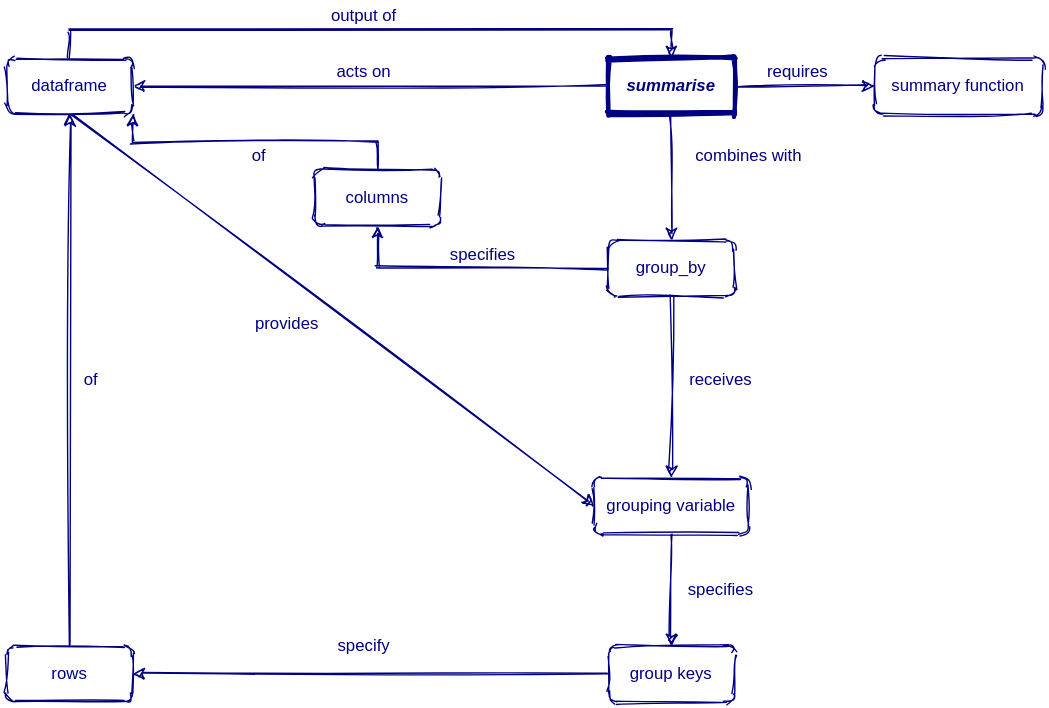
Before: dplyr-summairse.svg, a diagram exported from draw.io (larnsce/diagrams). Source tidied: cells renumbered, new cells last; positions are measured from the earlier drawing's top-left corner, leaving out a move shared by most shapes.
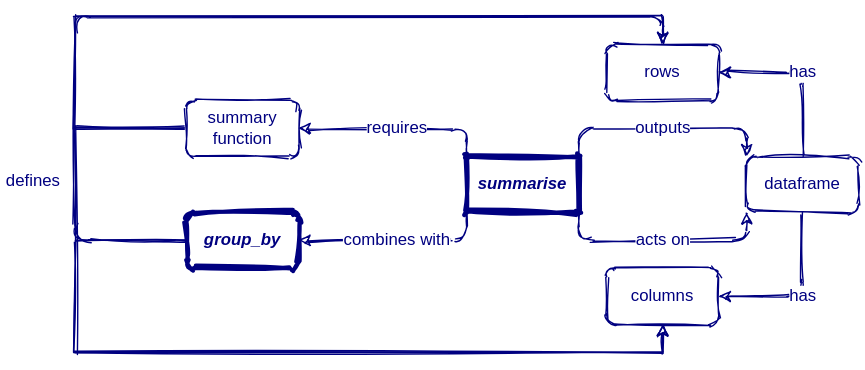
Later version of the same file.

What changed in the source:
```diff
@@ -2,65 +2,79 @@
   <root>
     <mxCell id="0" />
     <mxCell id="1" parent="0" />
+    <mxCell id="4" value="requires" style="edgeStyle=orthogonalEdgeStyle;jettySize=auto;html=1;exitX=0;exitY=0;exitDx=0;exitDy=0;entryX=1;entryY=0.5;entryDx=0;entryDy=0;endFill=1;strokeColor=#000080;fontSize=12;fontColor=#000080;sketch=1;" parent="1" edge="1" source="5" target="10">
+      <mxGeometry relative="1" as="geometry" />
+    </mxCell>
+    <mxCell id="3" value="acts on" style="edgeStyle=orthogonalEdgeStyle;jettySize=auto;html=1;exitX=1;exitY=1;exitDx=0;exitDy=0;entryX=0;entryY=1;entryDx=0;entryDy=0;endFill=1;strokeColor=#000080;fontSize=12;fontColor=#000080;sketch=1;" parent="1" edge="1" source="5" target="9">
+      <mxGeometry relative="1" as="geometry" />
+    </mxCell>
+    <mxCell id="22" value="outputs" style="edgeStyle=orthogonalEdgeStyle;jettySize=auto;html=1;exitX=1;exitY=0;exitDx=0;exitDy=0;entryX=0;entryY=0;entryDx=0;entryDy=0;endFill=1;strokeColor=#000080;fontSize=12;fontColor=#000080;sketch=1;" parent="1" edge="1" source="5" target="9">
+      <mxGeometry relative="1" as="geometry" />
+    </mxCell>
-    <mxCell id="2" value="combines with" style="edgeStyle=orthogonalEdgeStyle;rounded=0;sketch=1;jettySize=auto;html=1;exitX=0.5;exitY=1;exitDx=0;exitDy=0;endArrow=classic;endFill=1;strokeColor=#000080;fontFamily=Helvetica;fontSize=12;fontColor=#000080;" parent="1" edge="1" source="5" target="13">
-      <mxGeometry x="-0.33" y="55" relative="1" as="geometry" />
+    <mxCell id="2" value="combines with" style="edgeStyle=orthogonalEdgeStyle;jettySize=auto;html=1;exitX=0;exitY=1;exitDx=0;exitDy=0;entryX=1;entryY=0.5;entryDx=0;entryDy=0;endFill=1;strokeColor=#000080;fontSize=12;fontColor=#000080;sketch=1;" parent="1" edge="1" source="5" target="13">
+      <mxGeometry relative="1" as="geometry" />
     </mxCell>
-    <mxCell id="3" value="acts on" style="edgeStyle=none;rounded=0;sketch=1;jettySize=auto;html=1;exitX=0;exitY=0.5;exitDx=0;exitDy=0;entryX=1;entryY=0.5;entryDx=0;entryDy=0;endArrow=classic;endFill=1;strokeColor=#000080;fontFamily=Helvetica;fontSize=12;fontColor=#000080;" parent="1" edge="1" source="5" target="9">
-      <mxGeometry x="0.03" y="-10" relative="1" as="geometry" />
-    </mxCell>
-    <mxCell id="4" value="requires" style="edgeStyle=orthogonalEdgeStyle;rounded=0;sketch=1;jettySize=auto;html=1;exitX=1;exitY=0.5;exitDx=0;exitDy=0;endArrow=classic;endFill=1;strokeColor=#000080;fontFamily=Helvetica;fontSize=12;fontColor=#000080;" parent="1" edge="1" source="5" target="10">
-      <mxGeometry x="-0.09" y="10" relative="1" as="geometry" />
-    </mxCell>
-    <mxCell id="5" value="&lt;div style=&quot;font-size: 12px;&quot;&gt;summarise&lt;/div&gt;" style="rounded=1;whiteSpace=wrap;html=1;sketch=1;strokeColor=#000080;fontFamily=Helvetica;strokeWidth=3;fontColor=#000080;fontStyle=3;fontSize=12;arcSize=0;" parent="1" vertex="1">
-      <mxGeometry x="430" width="90" height="40" as="geometry" />
+    <mxCell id="5" value="&lt;div style=&quot;font-size: 12px;&quot;&gt;summarise&lt;/div&gt;" style="whiteSpace=wrap;html=1;strokeColor=#000080;fontFamily=Helvetica;strokeWidth=3;fontColor=#000080;fontStyle=3;fontSize=12;arcSize=0;sketch=1;rounded=1;" parent="1" vertex="1">
+      <mxGeometry x="280" y="280" width="80" height="40" as="geometry" />
     </mxCell>
-    <mxCell id="6" style="edgeStyle=orthogonalEdgeStyle;rounded=0;sketch=1;orthogonalLoop=1;jettySize=auto;html=1;exitX=1;exitY=0.5;exitDx=0;exitDy=0;entryX=1;entryY=0.5;entryDx=0;entryDy=0;strokeColor=#000080;fontFamily=Helvetica;fontColor=#000080;fontSize=12;" parent="1" edge="1" source="9" target="9">
-      <mxGeometry relative="1" as="geometry" />
-    </mxCell>
-    <mxCell id="7" value="provides" style="edgeStyle=none;rounded=0;sketch=1;jettySize=auto;html=1;exitX=0.5;exitY=1;exitDx=0;exitDy=0;entryX=0;entryY=0.5;entryDx=0;entryDy=0;endArrow=classic;endFill=1;strokeColor=#000080;fontFamily=Helvetica;fontSize=12;fontColor=#000080;" parent="1" edge="1" source="9" target="15">
-      <mxGeometry x="-0.09" y="-27" relative="1" as="geometry" />
-    </mxCell>
-    <mxCell id="8" value="output of" style="edgeStyle=orthogonalEdgeStyle;rounded=0;sketch=1;jettySize=auto;html=1;exitX=0.5;exitY=0;exitDx=0;exitDy=0;entryX=0.5;entryY=0;entryDx=0;entryDy=0;endArrow=classic;endFill=1;strokeColor=#000080;fontFamily=Helvetica;fontSize=12;fontColor=#000080;" parent="1" edge="1" source="9" target="5">
-      <mxGeometry x="-0.02" y="10" relative="1" as="geometry" />
-    </mxCell>
-    <mxCell id="9" value="&lt;div style=&quot;font-size: 12px;&quot;&gt;dataframe&lt;/div&gt;" style="rounded=1;whiteSpace=wrap;html=1;sketch=1;strokeColor=#000080;fontFamily=Helvetica;strokeWidth=1;fontColor=#000080;fontStyle=0;fontSize=12;" parent="1" vertex="1">
-      <mxGeometry width="90" height="40" as="geometry" />
-    </mxCell>
-    <mxCell id="10" value="summary function" style="whiteSpace=wrap;html=1;rounded=1;fontColor=#000080;fontStyle=0;strokeColor=#000080;strokeWidth=1;sketch=1;fontSize=12;" parent="1" vertex="1">
-      <mxGeometry x="620" width="120" height="40" as="geometry" />
-    </mxCell>
-    <mxCell id="11" value="&lt;div&gt;receives&lt;/div&gt;" style="rounded=0;sketch=1;jettySize=auto;html=1;endArrow=classic;endFill=1;strokeColor=#000080;fontFamily=Helvetica;fontSize=12;fontColor=#000080;entryX=0.5;entryY=0;entryDx=0;entryDy=0;" parent="1" edge="1" source="13" target="15">
-      <mxGeometry x="-0.08" y="35" relative="1" as="geometry" />
-    </mxCell>
+    <mxCell id="23" value="defines" style="edgeStyle=orthogonalEdgeStyle;jettySize=auto;html=1;exitX=0;exitY=0.5;exitDx=0;exitDy=0;entryX=0.5;entryY=0;entryDx=0;entryDy=0;endFill=1;strokeColor=#000080;fontSize=12;fontColor=#000080;sketch=1;" parent="1" edge="1" source="13" target="17">
+      <mxGeometry x="-0.76" y="-50" relative="1" as="geometry">
+        <Array as="points">
+          <mxPoint y="340" />
+          <mxPoint y="180" />
+          <mxPoint x="420" y="180" />
+        </Array>
+        <mxPoint x="-80" y="-40" as="offset" />
+      </mxGeometry>
+    </mxCell>
-    <mxCell id="12" value="specifies" style="edgeStyle=orthogonalEdgeStyle;rounded=0;sketch=1;jettySize=auto;html=1;exitX=0;exitY=0.5;exitDx=0;exitDy=0;endArrow=classic;endFill=1;strokeColor=#000080;fontFamily=Helvetica;fontSize=12;fontColor=#000080;" parent="1" edge="1" source="13" target="21">
-      <mxGeometry x="0.78" y="-75" relative="1" as="geometry" />
+    <mxCell id="12" style="edgeStyle=orthogonalEdgeStyle;rounded=0;sketch=1;jettySize=auto;html=1;exitX=0;exitY=0.5;exitDx=0;exitDy=0;entryX=0.5;entryY=1;entryDx=0;entryDy=0;endFill=1;strokeColor=#000080;fontSize=12;fontColor=#000080;" parent="1" edge="1" source="13" target="21">
+      <mxGeometry relative="1" as="geometry">
+        <Array as="points">
+          <mxPoint y="340" />
+          <mxPoint y="420" />
+          <mxPoint x="420" y="420" />
+        </Array>
+      </mxGeometry>
     </mxCell>
-    <mxCell id="13" value="group_by" style="rounded=1;whiteSpace=wrap;html=1;sketch=1;strokeColor=#000080;strokeWidth=1;fontSize=12;fontColor=#000080;" parent="1" vertex="1">
-      <mxGeometry x="430" y="130" width="90" height="40" as="geometry" />
+    <mxCell id="13" value="group_by" style="whiteSpace=wrap;html=1;strokeColor=#000080;strokeWidth=3;fontSize=12;fontColor=#000080;fontStyle=3;sketch=1;rounded=1;" parent="1" vertex="1">
+      <mxGeometry x="80" y="320" width="80" height="40" as="geometry" />
     </mxCell>
-    <mxCell id="14" value="specifies" style="edgeStyle=orthogonalEdgeStyle;rounded=0;sketch=1;jettySize=auto;html=1;exitX=0.5;exitY=1;exitDx=0;exitDy=0;endArrow=classic;endFill=1;strokeColor=#000080;fontFamily=Helvetica;fontSize=12;fontColor=#000080;" parent="1" edge="1" source="15" target="19">
-      <mxGeometry y="35" relative="1" as="geometry" />
-    </mxCell>
-    <mxCell id="15" value="grouping variable" style="whiteSpace=wrap;html=1;rounded=1;fontColor=#000080;strokeColor=#000080;strokeWidth=1;sketch=1;" parent="1" vertex="1">
-      <mxGeometry x="420" y="300" width="110" height="40" as="geometry" />
-    </mxCell>
-    <mxCell id="16" value="of" style="edgeStyle=orthogonalEdgeStyle;rounded=0;sketch=1;jettySize=auto;html=1;exitX=0.5;exitY=0;exitDx=0;exitDy=0;endArrow=classic;endFill=1;strokeColor=#000080;fontFamily=Helvetica;fontSize=12;fontColor=#000080;" parent="1" edge="1" source="17" target="9">
-      <mxGeometry y="-15" relative="1" as="geometry" />
-    </mxCell>
-    <mxCell id="17" value="rows" style="rounded=1;whiteSpace=wrap;html=1;sketch=1;strokeColor=#000080;strokeWidth=1;fontSize=12;fontColor=#000080;" parent="1" vertex="1">
-      <mxGeometry y="420" width="90" height="40" as="geometry" />
+    <mxCell id="17" value="rows" style="whiteSpace=wrap;html=1;strokeColor=#000080;strokeWidth=1;fontSize=12;fontColor=#000080;sketch=1;rounded=1;" parent="1" vertex="1">
+      <mxGeometry x="380" y="200" width="80" height="40" as="geometry" />
     </mxCell>
-    <mxCell id="18" value="specify" style="edgeStyle=orthogonalEdgeStyle;rounded=0;sketch=1;jettySize=auto;html=1;exitX=0;exitY=0.5;exitDx=0;exitDy=0;entryX=1;entryY=0.5;entryDx=0;entryDy=0;endArrow=classic;endFill=1;strokeColor=#000080;fontFamily=Helvetica;fontSize=12;fontColor=#000080;" parent="1" edge="1" source="19" target="17">
-      <mxGeometry x="0.03" y="-20" relative="1" as="geometry" />
-    </mxCell>
-    <mxCell id="19" value="group keys" style="rounded=1;whiteSpace=wrap;html=1;sketch=1;strokeColor=#000080;strokeWidth=1;fontSize=12;fontColor=#000080;" parent="1" vertex="1">
-      <mxGeometry x="430" y="420" width="90" height="40" as="geometry" />
-    </mxCell>
-    <mxCell id="20" value="of" style="rounded=0;sketch=1;jettySize=auto;html=1;exitX=0.5;exitY=0;exitDx=0;exitDy=0;entryX=1;entryY=1;entryDx=0;entryDy=0;endArrow=classic;endFill=1;strokeColor=#000080;fontFamily=Helvetica;fontSize=12;fontColor=#000080;edgeStyle=orthogonalEdgeStyle;" parent="1" edge="1" source="21" target="9">
-      <mxGeometry x="-0.02" y="10" relative="1" as="geometry" />
-    </mxCell>
-    <mxCell id="21" value="columns" style="rounded=1;whiteSpace=wrap;html=1;sketch=1;strokeColor=#000080;strokeWidth=1;fontSize=12;fontColor=#000080;" parent="1" vertex="1">
-      <mxGeometry x="220" y="80" width="90" height="40" as="geometry" />
+    <mxCell id="21" value="columns" style="whiteSpace=wrap;html=1;strokeColor=#000080;strokeWidth=1;fontSize=12;fontColor=#000080;sketch=1;rounded=1;" parent="1" vertex="1">
+      <mxGeometry x="380" y="360" width="80" height="40" as="geometry" />
     </mxCell>
+    <mxCell id="24" value="has" style="edgeStyle=orthogonalEdgeStyle;jettySize=auto;html=1;exitX=0.5;exitY=0;exitDx=0;exitDy=0;entryX=1;entryY=0.5;entryDx=0;entryDy=0;endFill=1;strokeColor=#000080;fontSize=12;fontColor=#000080;sketch=1;" parent="1" edge="1" source="9" target="17">
+      <mxGeometry relative="1" as="geometry" />
+    </mxCell>
+    <mxCell id="25" value="has" style="edgeStyle=orthogonalEdgeStyle;jettySize=auto;html=1;exitX=0.5;exitY=1;exitDx=0;exitDy=0;entryX=1;entryY=0.5;entryDx=0;entryDy=0;endFill=1;strokeColor=#000080;fontSize=12;fontColor=#000080;sketch=1;" parent="1" edge="1" source="9" target="21">
+      <mxGeometry relative="1" as="geometry" />
+    </mxCell>
+    <mxCell id="9" value="&lt;div style=&quot;font-size: 12px;&quot;&gt;dataframe&lt;/div&gt;" style="whiteSpace=wrap;html=1;strokeColor=#000080;fontFamily=Helvetica;strokeWidth=1;fontColor=#000080;fontStyle=0;fontSize=12;sketch=1;rounded=1;" parent="1" vertex="1">
+      <mxGeometry x="480" y="280" width="80" height="40" as="geometry" />
+    </mxCell>
+    <mxCell id="26" style="edgeStyle=orthogonalEdgeStyle;rounded=0;sketch=1;jettySize=auto;html=1;entryX=0.5;entryY=1;entryDx=0;entryDy=0;endFill=1;strokeColor=#000080;fontSize=12;fontColor=#000080;exitX=0;exitY=0.5;exitDx=0;exitDy=0;" parent="1" edge="1" source="10" target="21">
+      <mxGeometry relative="1" as="geometry">
+        <Array as="points">
+          <mxPoint y="260" />
+          <mxPoint y="420" />
+          <mxPoint x="420" y="420" />
+        </Array>
+      </mxGeometry>
+    </mxCell>
+    <mxCell id="27" style="edgeStyle=orthogonalEdgeStyle;rounded=0;sketch=1;jettySize=auto;html=1;exitX=0;exitY=0.5;exitDx=0;exitDy=0;endFill=1;strokeColor=#000080;fontSize=12;fontColor=#000080;" parent="1" edge="1" source="10">
+      <mxGeometry relative="1" as="geometry">
+        <mxPoint x="420" y="200" as="targetPoint" />
+        <Array as="points">
+          <mxPoint y="260" />
+          <mxPoint y="180" />
+          <mxPoint x="420" y="180" />
+        </Array>
+      </mxGeometry>
+    </mxCell>
+    <mxCell id="10" value="summary function" style="whiteSpace=wrap;html=1;fontColor=#000080;fontStyle=0;strokeColor=#000080;strokeWidth=1;fontSize=12;sketch=1;rounded=1;" parent="1" vertex="1">
+      <mxGeometry x="80" y="240" width="80" height="40" as="geometry" />
+    </mxCell>
   </root>
 </mxGraphModel>
```
